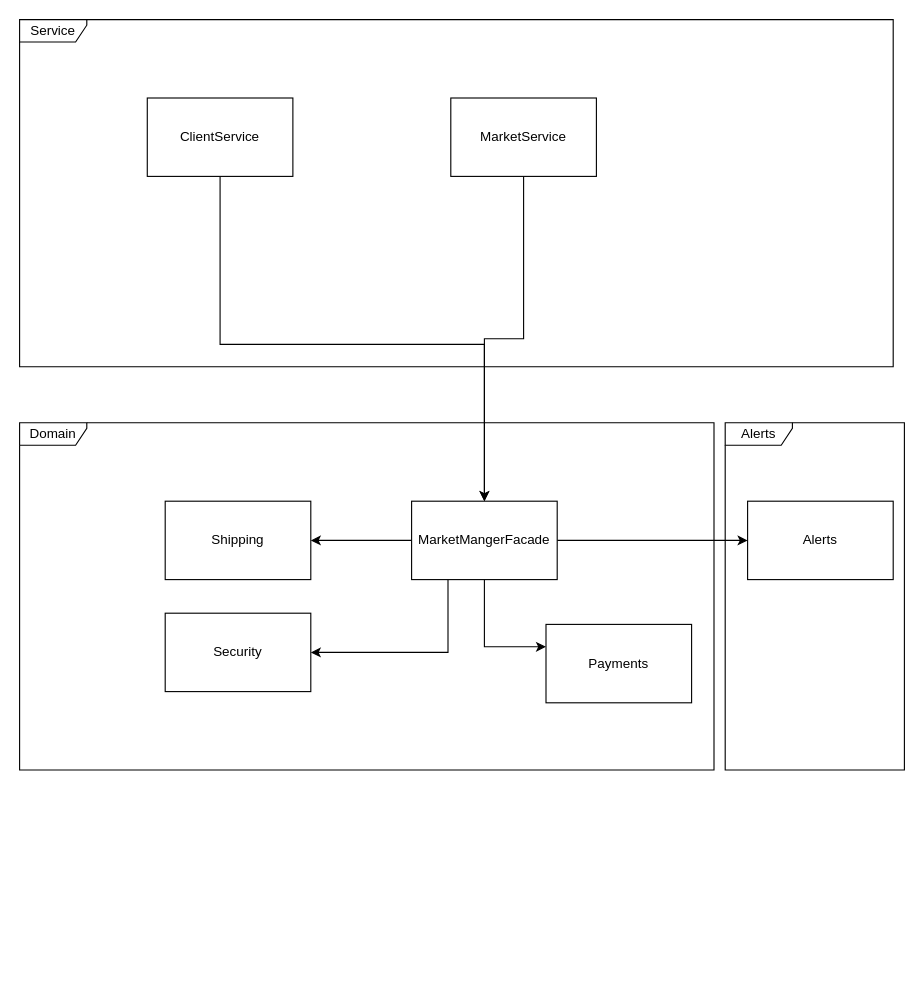
The draw.io diagram docs/ArchitectureDiagram.drawio in noamalu/Ecommerce-System, before the edit. Source tidied: cells renumbered, new cells numbered last; positions are measured from the earlier drawing's top-left corner, leaving out a move shared by most shapes. Both pictures are drawn from the tidied source at 112%, with x=0, y=0 at pixel (19, 19).
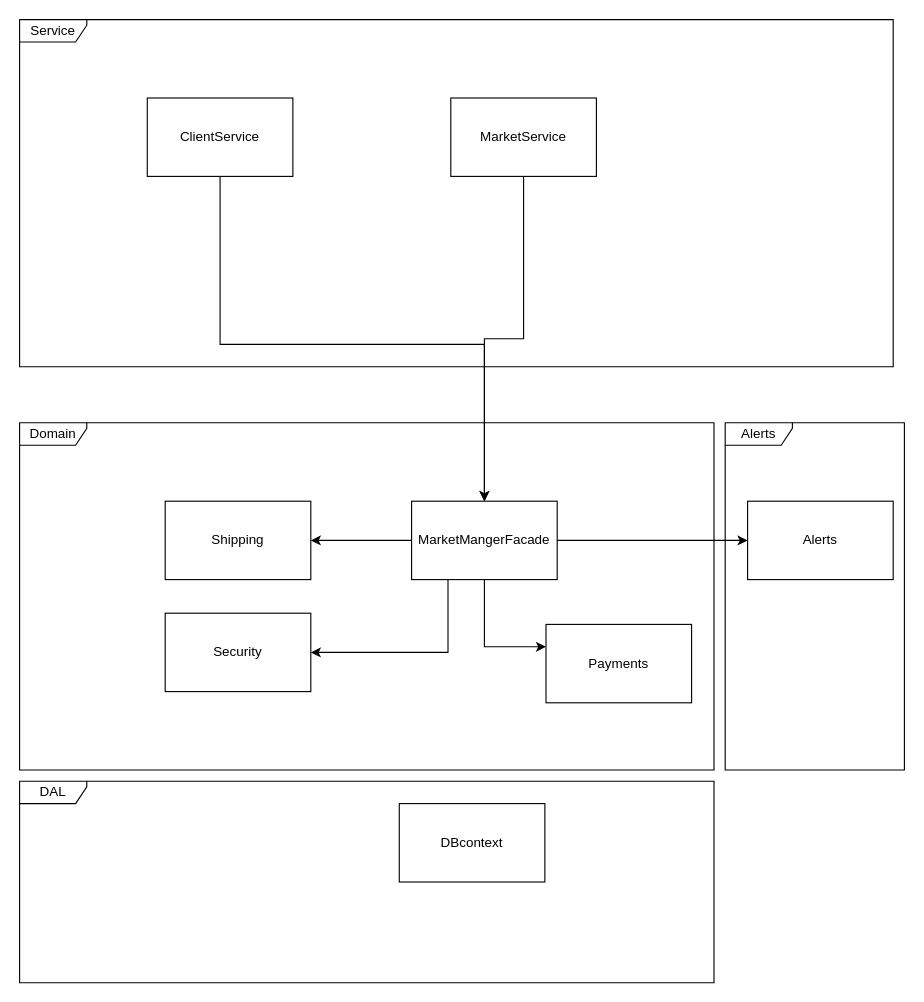
The same diagram, later.

Diff of the diagram source:
```diff
@@
+    <mxCell id="19" value="DAL" style="shape=umlFrame;whiteSpace=wrap;html=1;width=60;height=20;" parent="1" vertex="1">
+      <mxGeometry y="680" width="620" height="180" as="geometry" />
+    </mxCell>
+    <mxCell id="20" value="DBcontext" style="html=1;whiteSpace=wrap;" parent="1" vertex="1">
+      <mxGeometry x="339" y="700" width="130" height="70" as="geometry" />
+    </mxCell>
```
